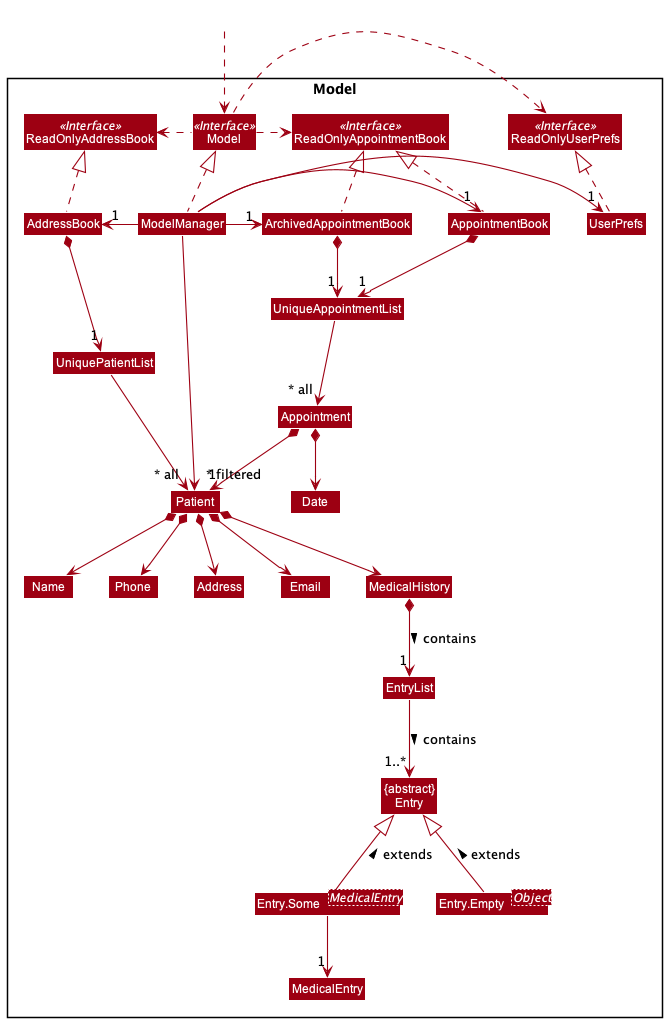
AY2122S1-CS2103-W14-1/tp keeps this PlantUML diagram as docs/diagrams/ModelClassDiagram.png. Above is the earlier version.
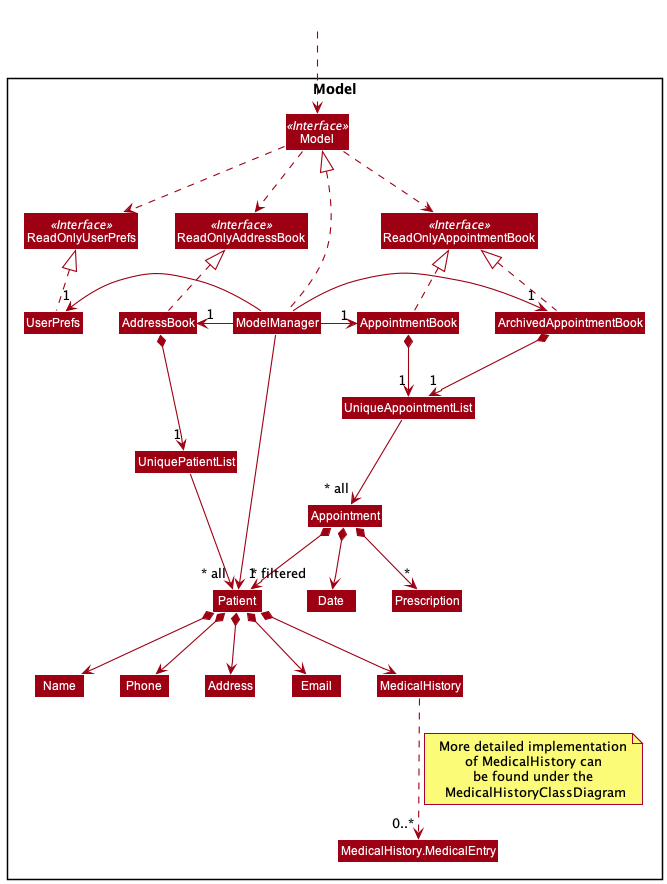
Later version of the same file.

Commit message:
Add sequence diagram for DeleteMedicalEntryFeature

The edit, as a diff of the source:
```diff
@@ -27,15 +27,9 @@
 Class Email
 Class Name
 Class Phone
+Class Prescription
 Class MedicalHistory
-Class MedicalEntry
-Class EntryList
-class "{abstract}\nEntry" as Entry
-class Entry.Some<MedicalEntry> MODEL_COLOR {
-}
-
-class Entry.Empty<Object> MODEL_COLOR {
-}
+Class MedicalHistory.MedicalEntry
 
 Class Appointment
 Class Date
@@ -49,38 +43,42 @@
 AppointmentBook .up.|> ReadOnlyAppointmentBook
 ArchivedAppointmentBook .up.|> ReadOnlyAppointmentBook
 
+
+Model .down.> ReadOnlyUserPrefs
+Model .down.> ReadOnlyAddressBook
+Model .down.> ReadOnlyAppointmentBook
 ModelManager .up.|> Model
-Model .right.> ReadOnlyUserPrefs
-Model .left.> ReadOnlyAddressBook
-Model .right.> ReadOnlyAppointmentBook
 ModelManager -left-> "1" AddressBook
-ModelManager -right-> "1" UserPrefs
+ModelManager -left-> "1" UserPrefs
+ModelManager -right-> "1" ArchivedAppointmentBook
 ModelManager -right-> "1" AppointmentBook
-ModelManager -right-> "1" ArchivedAppointmentBook
+
 UserPrefs .up.|> ReadOnlyUserPrefs
 
 AddressBook *--> "1" UniquePatientList
 AppointmentBook *--> "1" UniqueAppointmentList
 ArchivedAppointmentBook *--> "1" UniqueAppointmentList
-UniquePatientList --> "~* all" Patient
+
 Patient *--> Name
 Patient *--> Phone
 Patient *--> Email
 Patient *--> Address
-Patient *--> MedicalHistory
-MedicalHistory *--> "1" EntryList : contains >
-EntryList --> "1..*"Entry : contains >
-Entry.Some -up-|> Entry : extends >
-Entry.Empty -up-|> Entry : extends >
-Entry.Some --> "1"MedicalEntry
+
 
 UniqueAppointmentList --> "~* all" Appointment
+
 Appointment *--> Date
+
+Appointment *--> "*" Prescription
 Appointment *--> "1" Patient
 
 Name -[hidden]right-> Phone
 Phone -[hidden]right-> Address
 Address -[hidden]right-> Email
+UniquePatientList --> "~* all" Patient
 
 ModelManager -->"~* filtered" Patient
+Patient *--> MedicalHistory
+MedicalHistory -[dashed]-> "0..*"MedicalHistory.MedicalEntry
+note bottom on link: More detailed implementation\n of MedicalHistory can \nbe found under the\n MedicalHistoryClassDiagram
 @enduml
```
